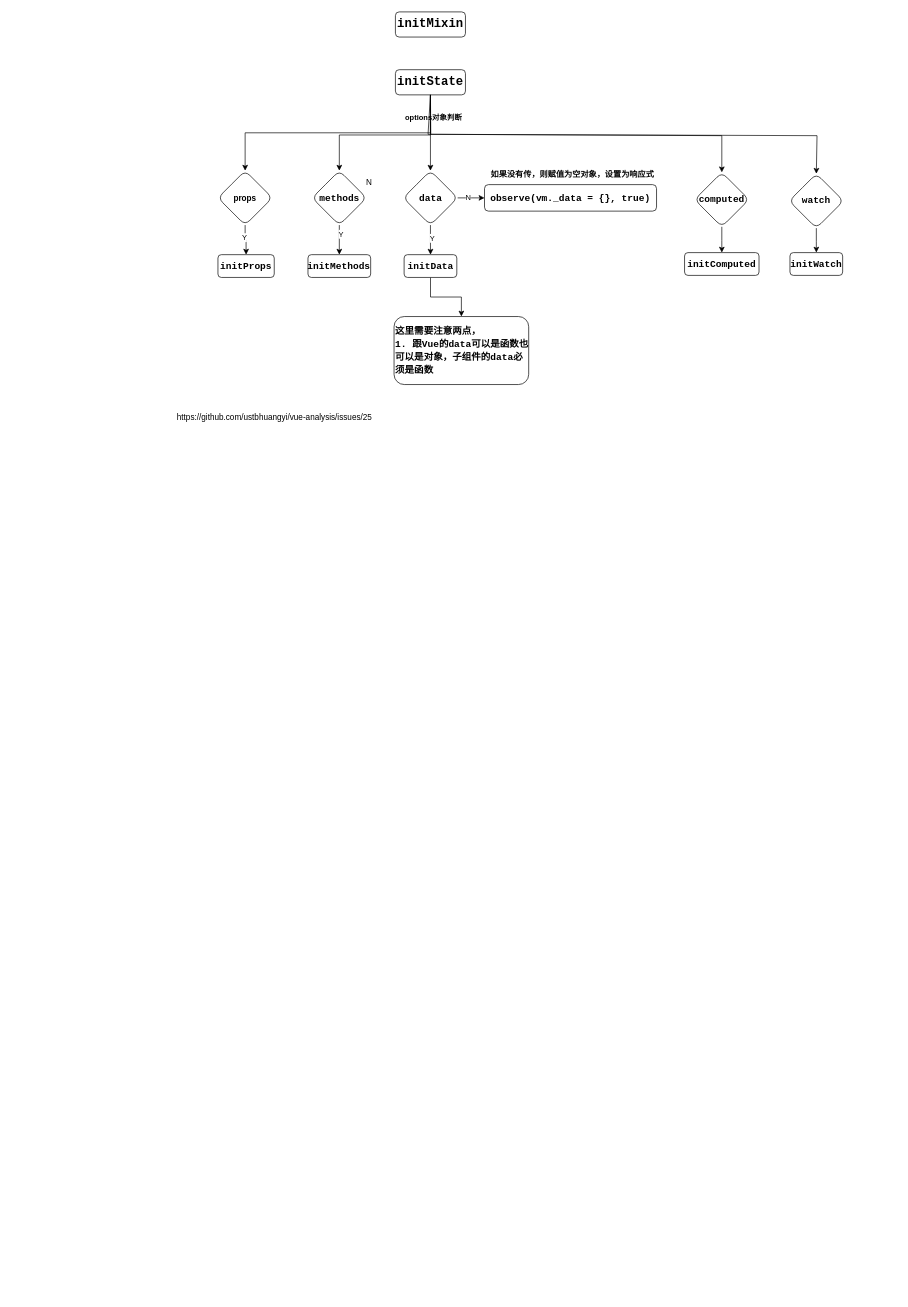
Earlier version of the draw.io diagram page "响应式" (2 of 2) of vue.drawio (nianxiongdi/fore-end). Source tidied: cells renumbered, new cells numbered last; positions are measured from the earlier drawing's top-left corner, leaving out a move shared by most shapes. Both pictures are drawn from the tidied source at 68%, with x=0, y=0 at pixel (175, 12).
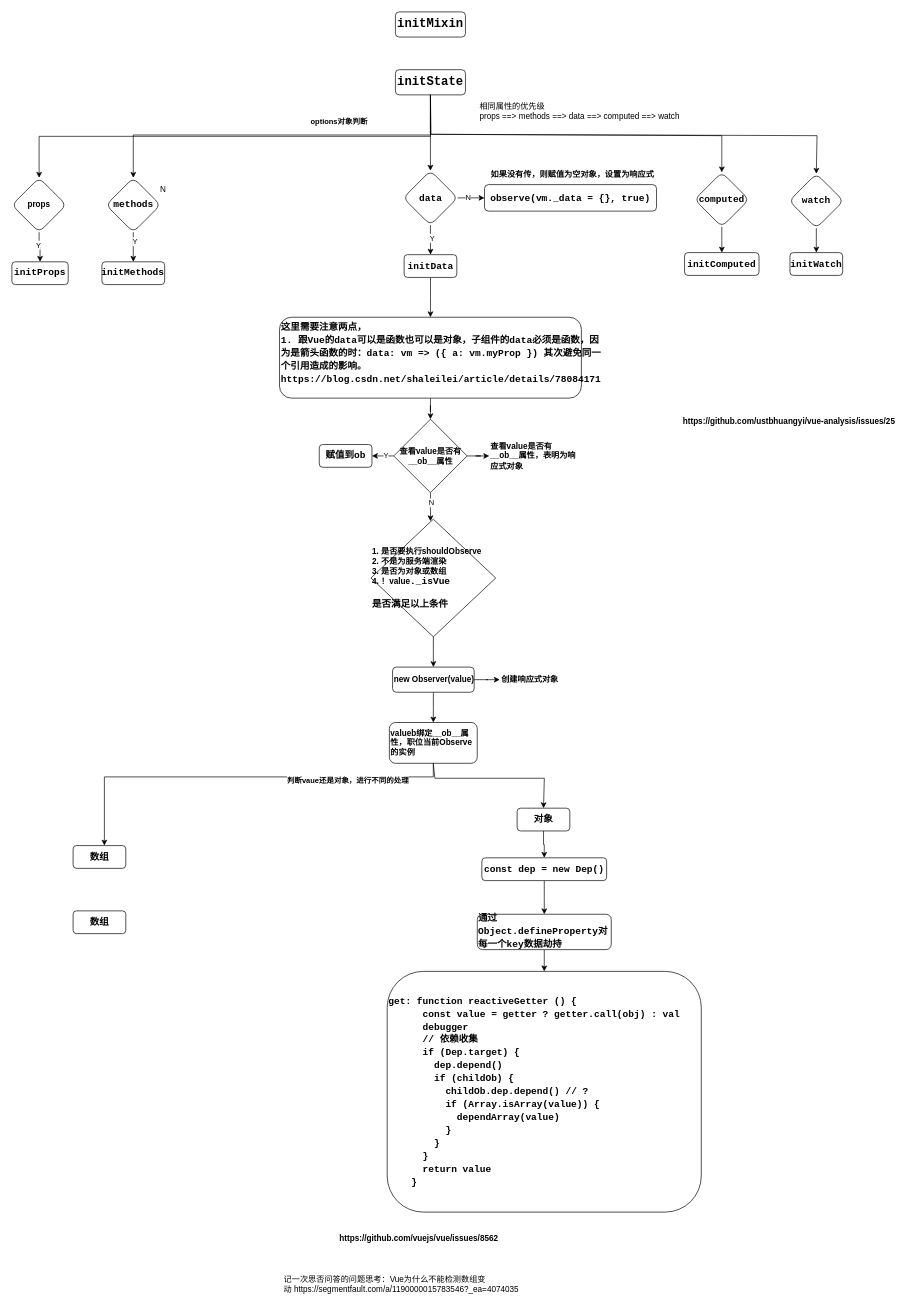
Above is the later version.

The change refers to these unchanged cells:
```xml
<mxCell id="6" value="&lt;div style=&quot;font-family: Consolas, &amp;quot;Courier New&amp;quot;, monospace; line-height: 19px;&quot;&gt;&lt;div style=&quot;line-height: 19px;&quot;&gt;&lt;font style=&quot;font-size: 18px;&quot;&gt;initState&lt;/font&gt;&lt;/div&gt;&lt;/div&gt;" style="rounded=1;whiteSpace=wrap;html=1;strokeColor=default;fontColor=default;labelBackgroundColor=none;fontStyle=1;" parent="1" vertex="1">
  <mxGeometry x="323" y="85" width="103" height="37" as="geometry" />
</mxCell>
<mxCell id="30" value="&lt;div style=&quot;font-family: Consolas, &amp;quot;Courier New&amp;quot;, monospace; font-size: 14px; line-height: 19px;&quot;&gt;&lt;div style=&quot;line-height: 19px;&quot;&gt;&lt;div style=&quot;line-height: 19px;&quot;&gt;watch&lt;/div&gt;&lt;/div&gt;&lt;/div&gt;" style="rhombus;whiteSpace=wrap;html=1;rounded=1;labelBackgroundColor=none;fontStyle=1;fontColor=default;" parent="1" vertex="1">
  <mxGeometry x="902" y="238" width="80" height="80" as="geometry" />
</mxCell>
```

What changed in the source:
```diff
@@
     <mxCell id="5" style="edgeStyle=orthogonalEdgeStyle;rounded=0;jettySize=auto;html=1;entryX=0.5;entryY=0;entryDx=0;entryDy=0;exitX=0.5;exitY=1;exitDx=0;exitDy=0;" parent="1" edge="1" source="6" target="14">
       <mxGeometry relative="1" as="geometry">
         <Array as="points">
           <mxPoint x="375" y="181" />
-          <mxPoint x="241" y="181" />
+          <mxPoint x="-62" y="181" />
         </Array>
       </mxGeometry>
     </mxCell>
@@
     <mxCell id="9" value="props" style="rhombus;whiteSpace=wrap;html=1;rounded=1;labelBackgroundColor=none;fontStyle=1;" parent="1" vertex="1">
-      <mxGeometry x="62" y="233.5" width="80" height="80" as="geometry" />
+      <mxGeometry x="-241" y="244" width="80" height="80" as="geometry" />
     </mxCell>
     <mxCell id="10" value="&lt;div style=&quot;font-family: Consolas, &amp;quot;Courier New&amp;quot;, monospace; font-size: 14px; line-height: 19px;&quot;&gt;initProps&lt;/div&gt;" style="whiteSpace=wrap;html=1;rounded=1;labelBackgroundColor=none;fontStyle=1;fontColor=default;" parent="1" vertex="1">
-      <mxGeometry x="62" y="357" width="82.8" height="33.5" as="geometry" />
+      <mxGeometry x="-241" y="367.5" width="82.8" height="33.5" as="geometry" />
     </mxCell>
     <mxCell id="11" value="&lt;div style=&quot;font-family: Consolas, &amp;quot;Courier New&amp;quot;, monospace; font-size: 14px; line-height: 19px;&quot;&gt;&lt;div style=&quot;line-height: 19px;&quot;&gt;&lt;b&gt;initMethods&lt;/b&gt;&lt;/div&gt;&lt;/div&gt;" style="whiteSpace=wrap;html=1;rounded=1;labelBackgroundColor=none;fontStyle=0;fontColor=default;" parent="1" vertex="1">
-      <mxGeometry x="194.4" y="357" width="92.2" height="33.5" as="geometry" />
+      <mxGeometry x="-108.6" y="367.5" width="92.2" height="33.5" as="geometry" />
     </mxCell>
@@
     <mxCell id="14" value="&lt;div style=&quot;font-family: Consolas, &amp;quot;Courier New&amp;quot;, monospace; font-size: 14px; line-height: 19px;&quot;&gt;&lt;b&gt;methods&lt;/b&gt;&lt;/div&gt;" style="rhombus;whiteSpace=wrap;html=1;rounded=1;labelBackgroundColor=none;fontStyle=0;fontColor=default;" parent="1" vertex="1">
-      <mxGeometry x="200.5" y="233.5" width="80" height="80" as="geometry" />
+      <mxGeometry x="-102.5" y="244" width="80" height="80" as="geometry" />
     </mxCell>
     <mxCell id="15" value="N" style="text;html=1;align=center;verticalAlign=middle;strokeColor=none;fillColor=none;" parent="1" vertex="1">
-      <mxGeometry x="270.5" y="238" width="27" height="26" as="geometry" />
+      <mxGeometry x="-32.5" y="248.5" width="27" height="26" as="geometry" />
     </mxCell>
@@
     <mxCell id="33" style="endArrow=classic;html=1;rounded=0;exitX=0.5;exitY=1;exitDx=0;exitDy=0;entryX=0.5;entryY=0;entryDx=0;entryDy=0;" parent="1" edge="1" source="6" target="30">
       <mxGeometry relative="1" as="geometry">
         <Array as="points">
-          <mxPoint x="371" y="180" />
+          <mxPoint x="375" y="180" />
           <mxPoint x="943" y="182" />
         </Array>
       </mxGeometry>
     </mxCell>
+    <mxCell id="36" style="edgeStyle=orthogonalEdgeStyle;rounded=0;jettySize=auto;html=1;entryX=0.5;entryY=0;entryDx=0;entryDy=0;" parent="1" edge="1" source="34" target="41">
+      <mxGeometry relative="1" as="geometry" />
+    </mxCell>
-    <mxCell id="34" value="&lt;div style=&quot;font-family: Consolas, &amp;quot;Courier New&amp;quot;, monospace; font-size: 14px; line-height: 19px;&quot;&gt;&lt;div style=&quot;line-height: 19px;&quot;&gt;&lt;div style=&quot;line-height: 19px;&quot;&gt;这里需要注意两点，&lt;/div&gt;&lt;div style=&quot;line-height: 19px;&quot;&gt;1. 跟Vue的data可以是函数也可以是对象，子组件的data必须是函数&lt;/div&gt;&lt;/div&gt;&lt;/div&gt;" style="whiteSpace=wrap;html=1;rounded=1;labelBackgroundColor=none;fontStyle=1;fontColor=default;align=left;" parent="1" vertex="1">
-      <mxGeometry x="321" y="448" width="198" height="100" as="geometry" />
+    <mxCell id="34" value="&lt;div style=&quot;font-family: Consolas, &amp;quot;Courier New&amp;quot;, monospace; font-size: 14px; line-height: 19px;&quot;&gt;&lt;div style=&quot;line-height: 19px;&quot;&gt;&lt;div style=&quot;line-height: 19px;&quot;&gt;这里需要注意两点，&lt;/div&gt;&lt;div style=&quot;line-height: 19px;&quot;&gt;1. 跟Vue的data可以是函数也可以是对象，子组件的data必须是函数，因为是箭头函数的时：data: vm =&amp;gt; ({ a: vm.myProp }) 其次避免同一个引用造成的影响。https://blog.csdn.net/shaleilei/article/details/78084171&lt;/div&gt;&lt;/div&gt;&lt;/div&gt;" style="whiteSpace=wrap;html=1;rounded=1;labelBackgroundColor=none;fontStyle=1;fontColor=default;align=left;verticalAlign=top;horizontal=1;" parent="1" vertex="1">
+      <mxGeometry x="152.5" y="449" width="444" height="119" as="geometry" />
     </mxCell>
-    <mxCell id="35" value="https://github.com/ustbhuangyi/vue-analysis/issues/25" style="text;whiteSpace=wrap;" parent="1" vertex="1">
-      <mxGeometry y="582" width="315" height="36" as="geometry" />
+    <mxCell id="35" value="https://github.com/ustbhuangyi/vue-analysis/issues/25" style="text;whiteSpace=wrap;fontStyle=1;" parent="1" vertex="1">
+      <mxGeometry x="744" y="589" width="315" height="36" as="geometry" />
     </mxCell>
+    <mxCell id="37" value="相同属性的优先级&#10;props ==&gt; methods ==&gt; data ==&gt; computed ==&gt; watch&#10;" style="text;whiteSpace=wrap;" parent="1" vertex="1">
+      <mxGeometry x="445" y="126" width="377.4" height="36" as="geometry" />
+    </mxCell>
+    <mxCell id="38" style="edgeStyle=orthogonalEdgeStyle;rounded=0;jettySize=auto;html=1;" parent="1" edge="1" source="41" target="42">
+      <mxGeometry relative="1" as="geometry" />
+    </mxCell>
+    <mxCell id="39" style="edgeStyle=orthogonalEdgeStyle;rounded=0;jettySize=auto;html=1;" parent="1" edge="1" source="41">
+      <mxGeometry relative="1" as="geometry">
+        <mxPoint x="374.6" y="749" as="targetPoint" />
+      </mxGeometry>
+    </mxCell>
+    <mxCell id="40" value="N" style="edgeLabel;html=1;align=center;verticalAlign=middle;" parent="39" vertex="1">
+      <mxGeometry x="-0.33" y="1" relative="1" as="geometry" />
+    </mxCell>
+    <mxCell id="41" value="&lt;b style=&quot;&quot;&gt;查看value是否有__ob__属性&lt;/b&gt;" style="rhombus;whiteSpace=wrap;html=1;" parent="1" vertex="1">
+      <mxGeometry x="320.5" y="599" width="108" height="108" as="geometry" />
+    </mxCell>
+    <mxCell id="42" value="&lt;b style=&quot;&quot;&gt;查看value是否有__ob__属性，表明为响应式对象&lt;/b&gt;" style="rhombus;whiteSpace=wrap;html=1;strokeColor=none;align=left;" parent="1" vertex="1">
+      <mxGeometry x="461" y="601.5" width="129.5" height="103" as="geometry" />
+    </mxCell>
+    <mxCell id="43" value="&lt;div style=&quot;font-family: Consolas, &amp;quot;Courier New&amp;quot;, monospace; font-size: 14px; line-height: 19px;&quot;&gt;&lt;div style=&quot;line-height: 19px;&quot;&gt;&lt;div style=&quot;line-height: 19px;&quot;&gt;赋值到ob&lt;/div&gt;&lt;/div&gt;&lt;/div&gt;" style="whiteSpace=wrap;html=1;rounded=1;labelBackgroundColor=none;fontStyle=1;fontColor=default;" parent="1" vertex="1">
+      <mxGeometry x="211" y="636.2" width="77.5" height="33.5" as="geometry" />
+    </mxCell>
+    <mxCell id="44" style="endArrow=classic;html=1;rounded=0;exitX=0;exitY=0.5;exitDx=0;exitDy=0;" parent="1" edge="1" source="41" target="43">
+      <mxGeometry relative="1" as="geometry" />
+    </mxCell>
+    <mxCell id="45" value="Y" style="edgeLabel;html=1;align=center;verticalAlign=middle;" parent="44" vertex="1">
+      <mxGeometry x="-0.27" y="-1" relative="1" as="geometry" />
+    </mxCell>
+    <mxCell id="46" style="edgeStyle=orthogonalEdgeStyle;rounded=0;jettySize=auto;html=1;" parent="1" edge="1" source="47" target="50">
+      <mxGeometry relative="1" as="geometry" />
+    </mxCell>
+    <mxCell id="47" value="&lt;span style=&quot;&quot;&gt;1. 是否要执行shouldObserve&lt;br&gt;2. 不是为服务端渲染&lt;br&gt;3. 是否为对象或数组&lt;br&gt;4. ！value&lt;span style=&quot;font-family: Consolas, &amp;quot;Courier New&amp;quot;, monospace; font-size: 14px;&quot;&gt;.&lt;/span&gt;&lt;span style=&quot;font-family: Consolas, &amp;quot;Courier New&amp;quot;, monospace; font-size: 14px;&quot;&gt;_isVue&lt;br&gt;&lt;br&gt;是否满足以上条件&lt;br&gt;&lt;/span&gt;&lt;/span&gt;" style="rhombus;whiteSpace=wrap;html=1;align=left;labelBackgroundColor=none;fontColor=default;fontStyle=1;" parent="1" vertex="1">
+      <mxGeometry x="287" y="746" width="183.5" height="173" as="geometry" />
+    </mxCell>
+    <mxCell id="48" style="edgeStyle=orthogonalEdgeStyle;rounded=0;jettySize=auto;html=1;" parent="1" edge="1" source="50" target="51">
+      <mxGeometry relative="1" as="geometry" />
+    </mxCell>
+    <mxCell id="49" style="edgeStyle=orthogonalEdgeStyle;rounded=0;jettySize=auto;html=1;" parent="1" edge="1" source="50" target="54">
+      <mxGeometry relative="1" as="geometry" />
+    </mxCell>
+    <mxCell id="50" value="new&amp;nbsp;Observer(value)" style="rounded=1;whiteSpace=wrap;html=1;align=left;labelBackgroundColor=none;fontStyle=1;" parent="1" vertex="1">
+      <mxGeometry x="318.8" y="963.5" width="120" height="37" as="geometry" />
+    </mxCell>
+    <mxCell id="51" value="创建响应式对象" style="rounded=1;whiteSpace=wrap;html=1;align=left;labelBackgroundColor=none;fontStyle=1;fontColor=default;strokeColor=none;" parent="1" vertex="1">
+      <mxGeometry x="476.5" y="952" width="120" height="60" as="geometry" />
+    </mxCell>
+    <mxCell id="52" style="edgeStyle=orthogonalEdgeStyle;rounded=0;jettySize=auto;html=1;" parent="1" edge="1" source="54" target="55">
+      <mxGeometry relative="1" as="geometry">
+        <Array as="points">
+          <mxPoint x="379" y="1125" />
+          <mxPoint x="-105" y="1125" />
+        </Array>
+      </mxGeometry>
+    </mxCell>
+    <mxCell id="53" value="&lt;b&gt;判断vaue还是对象，进行不同的处理&lt;/b&gt;" style="edgeLabel;html=1;align=center;verticalAlign=middle;" parent="52" vertex="1">
+      <mxGeometry x="-0.46" y="-3" relative="1" as="geometry">
+        <mxPoint x="17" y="7" as="offset" />
+      </mxGeometry>
+    </mxCell>
+    <mxCell id="54" value="valueb绑定__ob__属性，职位当前Observe的实例" style="rounded=1;whiteSpace=wrap;html=1;align=left;labelBackgroundColor=none;fontStyle=1;" parent="1" vertex="1">
+      <mxGeometry x="314.1" y="1045" width="129.2" height="60" as="geometry" />
+    </mxCell>
+    <mxCell id="55" value="&lt;div style=&quot;font-family: Consolas, &amp;quot;Courier New&amp;quot;, monospace; font-size: 14px; line-height: 19px;&quot;&gt;&lt;div style=&quot;line-height: 19px;&quot;&gt;&lt;div style=&quot;line-height: 19px;&quot;&gt;数组&lt;/div&gt;&lt;/div&gt;&lt;/div&gt;" style="whiteSpace=wrap;html=1;rounded=1;labelBackgroundColor=none;fontStyle=1;fontColor=default;" parent="1" vertex="1">
+      <mxGeometry x="-151" y="1226" width="77.5" height="33.5" as="geometry" />
+    </mxCell>
+    <mxCell id="56" style="edgeStyle=orthogonalEdgeStyle;rounded=0;jettySize=auto;html=1;entryX=0.5;entryY=0;entryDx=0;entryDy=0;" parent="1" edge="1" source="57" target="62">
+      <mxGeometry relative="1" as="geometry" />
+    </mxCell>
+    <mxCell id="57" value="&lt;div style=&quot;font-family: Consolas, &amp;quot;Courier New&amp;quot;, monospace; font-size: 14px; line-height: 19px;&quot;&gt;&lt;div style=&quot;line-height: 19px;&quot;&gt;&lt;div style=&quot;line-height: 19px;&quot;&gt;对象&lt;/div&gt;&lt;/div&gt;&lt;/div&gt;" style="whiteSpace=wrap;html=1;rounded=1;labelBackgroundColor=none;fontStyle=1;fontColor=default;" parent="1" vertex="1">
+      <mxGeometry x="502" y="1171" width="77.5" height="33.5" as="geometry" />
+    </mxCell>
+    <mxCell id="58" style="endArrow=classic;html=1;rounded=0;exitX=0.5;exitY=1;exitDx=0;exitDy=0;entryX=0.5;entryY=0;entryDx=0;entryDy=0;" parent="1" edge="1" source="54" target="57">
+      <mxGeometry relative="1" as="geometry">
+        <Array as="points">
+          <mxPoint x="381" y="1127" />
+          <mxPoint x="542" y="1127" />
+        </Array>
+      </mxGeometry>
+    </mxCell>
+    <mxCell id="59" style="edgeStyle=orthogonalEdgeStyle;rounded=0;jettySize=auto;html=1;" parent="1" edge="1" source="60" target="63">
+      <mxGeometry relative="1" as="geometry" />
+    </mxCell>
+    <mxCell id="60" value="&lt;div style=&quot;font-family: Consolas, &amp;quot;Courier New&amp;quot;, monospace; font-size: 14px; line-height: 19px;&quot;&gt;&lt;div style=&quot;line-height: 19px;&quot;&gt;&lt;div style=&quot;line-height: 19px;&quot;&gt;通过Object&lt;span style=&quot;&quot;&gt;.&lt;/span&gt;&lt;span style=&quot;&quot;&gt;defineProperty对每一个key数据劫持&lt;/span&gt;&lt;/div&gt;&lt;/div&gt;&lt;/div&gt;" style="whiteSpace=wrap;html=1;rounded=1;labelBackgroundColor=none;fontStyle=1;fontColor=default;strokeColor=default;align=left;" parent="1" vertex="1">
+      <mxGeometry x="443.4" y="1327" width="197" height="52" as="geometry" />
+    </mxCell>
+    <mxCell id="61" style="edgeStyle=orthogonalEdgeStyle;rounded=0;jettySize=auto;html=1;" parent="1" edge="1" source="62" target="60">
+      <mxGeometry relative="1" as="geometry" />
+    </mxCell>
+    <mxCell id="62" value="&lt;div style=&quot;font-family: Consolas, &amp;quot;Courier New&amp;quot;, monospace; font-size: 14px; line-height: 19px;&quot;&gt;&lt;div style=&quot;line-height: 19px;&quot;&gt;&lt;div style=&quot;line-height: 19px;&quot;&gt;&lt;div style=&quot;line-height: 19px;&quot;&gt;const &lt;span style=&quot;&quot;&gt;dep&lt;/span&gt; = &lt;span style=&quot;&quot;&gt;new&lt;/span&gt; &lt;span style=&quot;&quot;&gt;Dep&lt;/span&gt;()&lt;/div&gt;&lt;/div&gt;&lt;/div&gt;&lt;/div&gt;" style="whiteSpace=wrap;html=1;rounded=1;labelBackgroundColor=none;fontStyle=1;fontColor=default;" parent="1" vertex="1">
+      <mxGeometry x="450.1" y="1244" width="183.5" height="33.5" as="geometry" />
+    </mxCell>
+    <mxCell id="63" value="&lt;div style=&quot;font-family: Consolas, &amp;quot;Courier New&amp;quot;, monospace; font-size: 14px; line-height: 19px;&quot;&gt;&lt;div style=&quot;&quot;&gt;get: function reactiveGetter () {&lt;/div&gt;&lt;div style=&quot;&quot;&gt;&amp;nbsp; &amp;nbsp; &amp;nbsp; &lt;span style=&quot;&quot;&gt;const&lt;/span&gt; &lt;span style=&quot;&quot;&gt;value&lt;/span&gt; = &lt;span style=&quot;&quot;&gt;getter&lt;/span&gt; ? &lt;span style=&quot;&quot;&gt;getter&lt;/span&gt;.&lt;span style=&quot;&quot;&gt;call&lt;/span&gt;(&lt;span style=&quot;&quot;&gt;obj&lt;/span&gt;) : &lt;span style=&quot;&quot;&gt;val&lt;/span&gt;&lt;/div&gt;&lt;div style=&quot;&quot;&gt;&amp;nbsp; &amp;nbsp; &amp;nbsp; &lt;span style=&quot;&quot;&gt;debugger&lt;/span&gt;&lt;/div&gt;&lt;div style=&quot;&quot;&gt;&amp;nbsp; &amp;nbsp; &amp;nbsp; &lt;span style=&quot;&quot;&gt;// 依赖收集&lt;/span&gt;&lt;/div&gt;&lt;div style=&quot;&quot;&gt;&amp;nbsp; &amp;nbsp; &amp;nbsp; &lt;span style=&quot;&quot;&gt;if&lt;/span&gt; (&lt;span style=&quot;&quot;&gt;Dep&lt;/span&gt;.&lt;span style=&quot;&quot;&gt;target&lt;/span&gt;) {&lt;/div&gt;&lt;div style=&quot;&quot;&gt;&amp;nbsp; &amp;nbsp; &amp;nbsp; &amp;nbsp; &lt;span style=&quot;&quot;&gt;dep&lt;/span&gt;.&lt;span style=&quot;&quot;&gt;depend&lt;/span&gt;()&lt;/div&gt;&lt;div style=&quot;&quot;&gt;&amp;nbsp; &amp;nbsp; &amp;nbsp; &amp;nbsp; &lt;span style=&quot;&quot;&gt;if&lt;/span&gt; (&lt;span style=&quot;&quot;&gt;childOb&lt;/span&gt;) {&lt;/div&gt;&lt;div style=&quot;&quot;&gt;&amp;nbsp; &amp;nbsp; &amp;nbsp; &amp;nbsp; &amp;nbsp; &lt;span style=&quot;&quot;&gt;childOb&lt;/span&gt;.&lt;span style=&quot;&quot;&gt;dep&lt;/span&gt;.&lt;span style=&quot;&quot;&gt;depend&lt;/span&gt;() &lt;span style=&quot;&quot;&gt;// ?&lt;/span&gt;&lt;/div&gt;&lt;div style=&quot;&quot;&gt;&amp;nbsp; &amp;nbsp; &amp;nbsp; &amp;nbsp; &amp;nbsp; &lt;span style=&quot;&quot;&gt;if&lt;/span&gt; (&lt;span style=&quot;&quot;&gt;Array&lt;/span&gt;.&lt;span style=&quot;&quot;&gt;isArray&lt;/span&gt;(&lt;span style=&quot;&quot;&gt;value&lt;/span&gt;)) {&lt;/div&gt;&lt;div style=&quot;&quot;&gt;&amp;nbsp; &amp;nbsp; &amp;nbsp; &amp;nbsp; &amp;nbsp; &amp;nbsp; &lt;span style=&quot;&quot;&gt;dependArray&lt;/span&gt;(&lt;span style=&quot;&quot;&gt;value&lt;/span&gt;)&lt;/div&gt;&lt;div style=&quot;&quot;&gt;&amp;nbsp; &amp;nbsp; &amp;nbsp; &amp;nbsp; &amp;nbsp; }&lt;/div&gt;&lt;div style=&quot;&quot;&gt;&amp;nbsp; &amp;nbsp; &amp;nbsp; &amp;nbsp; }&lt;/div&gt;&lt;div style=&quot;&quot;&gt;&amp;nbsp; &amp;nbsp; &amp;nbsp; }&lt;/div&gt;&lt;div style=&quot;&quot;&gt;&amp;nbsp; &amp;nbsp; &amp;nbsp; &lt;span style=&quot;&quot;&gt;return&lt;/span&gt; &lt;span style=&quot;&quot;&gt;value&lt;/span&gt;&lt;/div&gt;&lt;div style=&quot;&quot;&gt;&amp;nbsp; &amp;nbsp; }&lt;/div&gt;&lt;/div&gt;" style="whiteSpace=wrap;html=1;align=left;rounded=1;labelBackgroundColor=none;fontStyle=1;fontColor=default;" parent="1" vertex="1">
+      <mxGeometry x="310.9" y="1411" width="461.9" height="354" as="geometry" />
+    </mxCell>
+    <mxCell id="64" value="&lt;div style=&quot;font-family: Consolas, &amp;quot;Courier New&amp;quot;, monospace; font-size: 14px; line-height: 19px;&quot;&gt;&lt;div style=&quot;line-height: 19px;&quot;&gt;&lt;div style=&quot;line-height: 19px;&quot;&gt;数组&lt;/div&gt;&lt;/div&gt;&lt;/div&gt;" style="whiteSpace=wrap;html=1;rounded=1;labelBackgroundColor=none;fontStyle=1;fontColor=default;" parent="1" vertex="1">
+      <mxGeometry x="-151" y="1322" width="77.5" height="33.5" as="geometry" />
+    </mxCell>
+    <mxCell id="65" value="https://github.com/vuejs/vue/issues/8562" style="text;whiteSpace=wrap;fontStyle=1;" parent="1" vertex="1">
+      <mxGeometry x="239" y="1790" width="244" height="36" as="geometry" />
+    </mxCell>
+    <mxCell id="66" value="记一次思否问答的问题思考：Vue为什么不能检测数组变动 https://segmentfault.com/a/1190000015783546?_ea=4074035" style="text;whiteSpace=wrap;" parent="1" vertex="1">
+      <mxGeometry x="157" y="1851" width="358" height="36" as="geometry" />
+    </mxCell>
```
